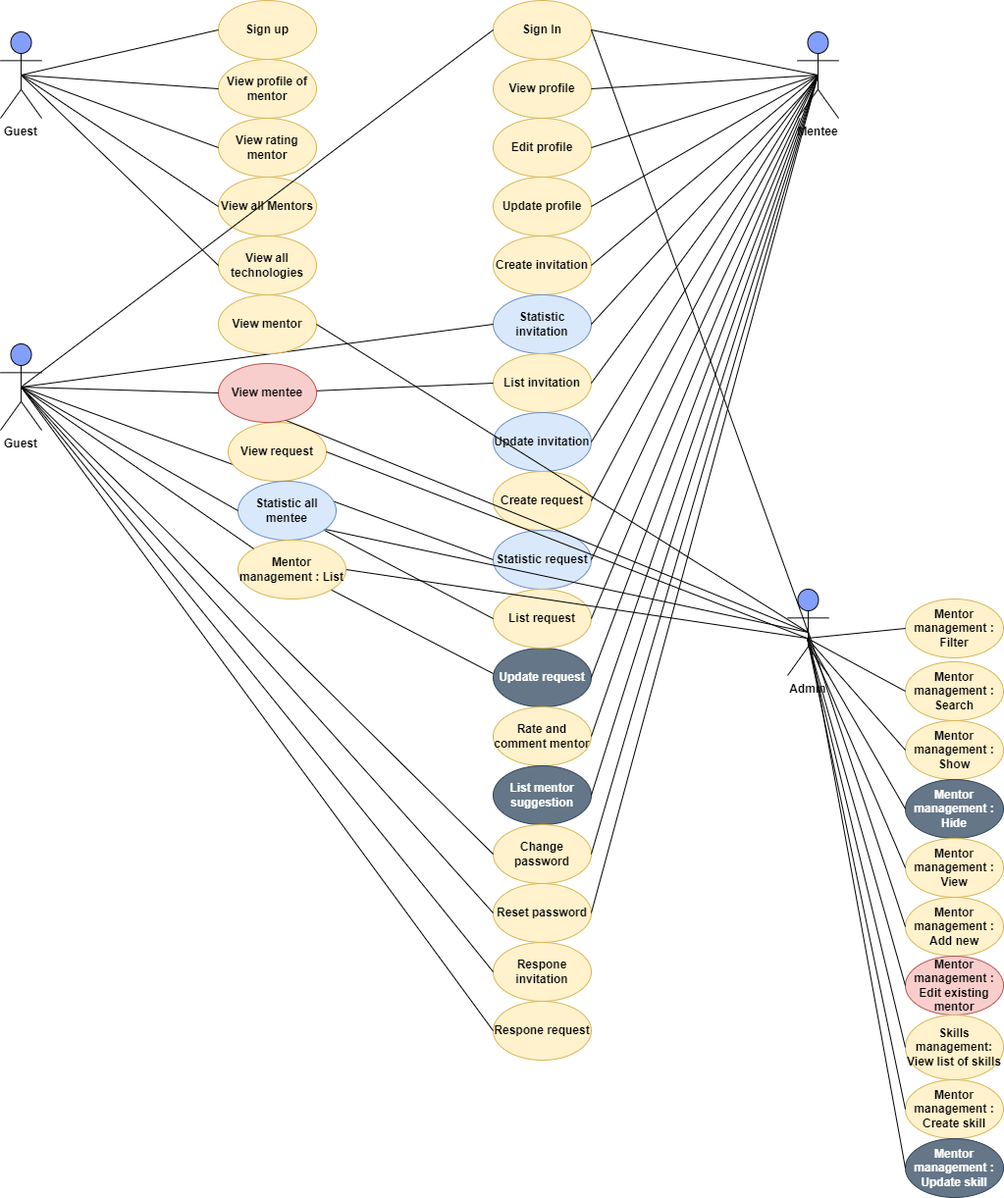
dungdt23/SWP391_Document keeps this draw.io diagram as SWP391_UML.drawio.png. Above is the earlier version. Source tidied: cells renumbered, new cells last; positions are measured from the earlier drawing's top-left corner, leaving out a move shared by most shapes.
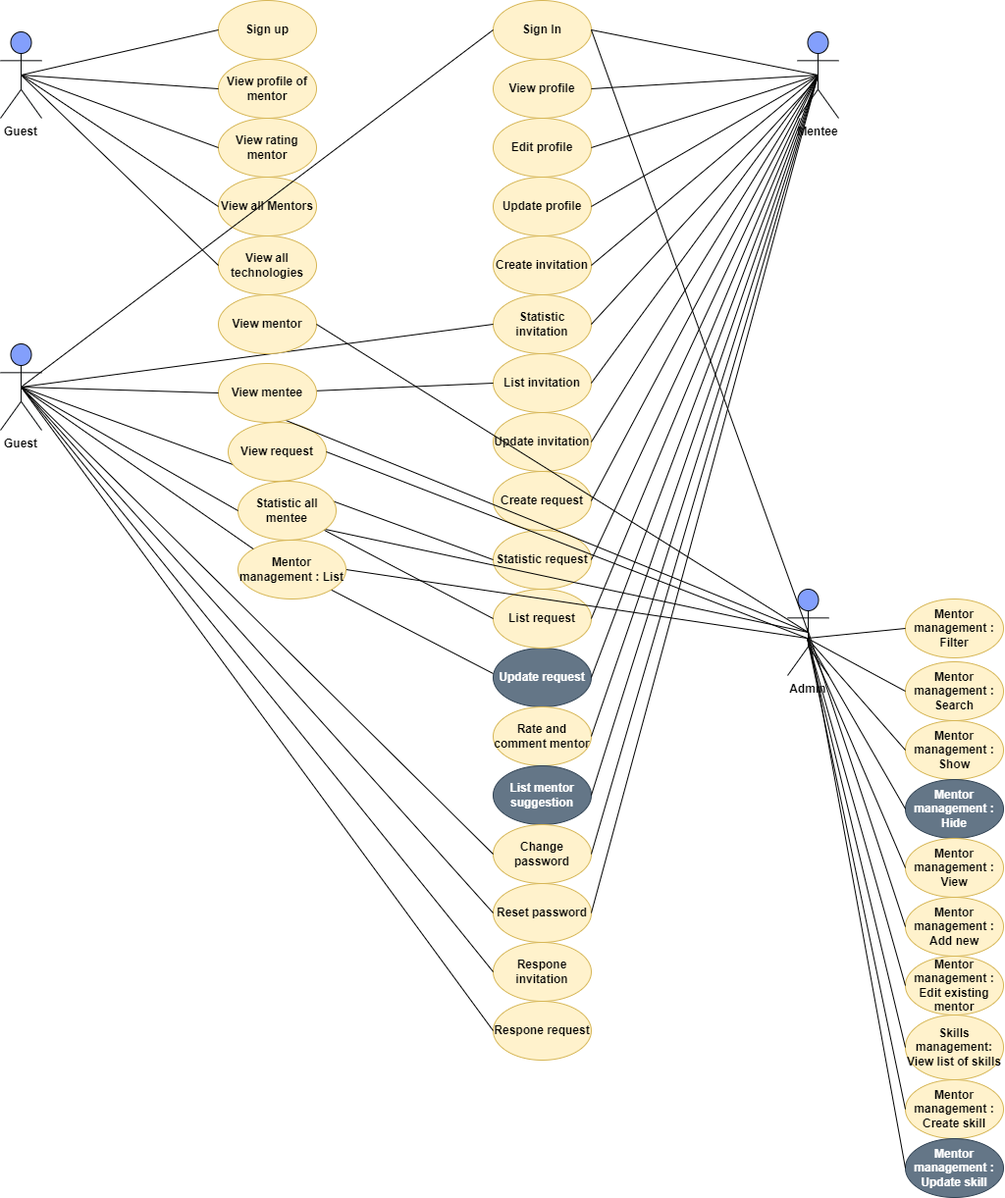
The same diagram one commit later.

What changed in the source:
```diff
@@ -68,19 +68,19 @@
     <mxCell id="23" style="endArrow=none;html=1;rounded=0;exitX=1;exitY=0.5;exitDx=0;exitDy=0;entryX=0.5;entryY=0.5;entryDx=0;entryDy=0;entryPerimeter=0;" parent="1" edge="1" source="16" target="13">
       <mxGeometry relative="1" as="geometry" />
     </mxCell>
-    <mxCell id="24" value="Statistic invitation" style="ellipse;whiteSpace=wrap;html=1;fillColor=#dae8fc;strokeColor=#6c8ebf;fontStyle=1;" parent="1" vertex="1">
+    <mxCell id="24" value="Statistic invitation" style="ellipse;whiteSpace=wrap;html=1;fillColor=#fff2cc;strokeColor=#d6b656;fontStyle=1;" parent="1" vertex="1">
       <mxGeometry x="502" y="300" width="100" height="60" as="geometry" />
     </mxCell>
     <mxCell id="25" value="List invitation" style="ellipse;whiteSpace=wrap;html=1;fillColor=#fff2cc;strokeColor=#d6b656;fontStyle=1;" parent="1" vertex="1">
       <mxGeometry x="502" y="360" width="100" height="60" as="geometry" />
     </mxCell>
-    <mxCell id="26" value="Update invitation" style="ellipse;whiteSpace=wrap;html=1;fillColor=#dae8fc;strokeColor=#6c8ebf;fontStyle=1;" parent="1" vertex="1">
+    <mxCell id="26" value="Update invitation" style="ellipse;whiteSpace=wrap;html=1;fillColor=#fff2cc;strokeColor=#d6b656;fontStyle=1;" parent="1" vertex="1">
       <mxGeometry x="502" y="420" width="100" height="60" as="geometry" />
     </mxCell>
     <mxCell id="27" value="Create request" style="ellipse;whiteSpace=wrap;html=1;fillColor=#fff2cc;strokeColor=#d6b656;fontStyle=1;" parent="1" vertex="1">
       <mxGeometry x="502" y="480" width="100" height="60" as="geometry" />
     </mxCell>
-    <mxCell id="28" value="Statistic request" style="ellipse;whiteSpace=wrap;html=1;fillColor=#dae8fc;strokeColor=#6c8ebf;fontStyle=1;" parent="1" vertex="1">
+    <mxCell id="28" value="Statistic request" style="ellipse;whiteSpace=wrap;html=1;fillColor=#fff2cc;strokeColor=#d6b656;fontStyle=1;" parent="1" vertex="1">
       <mxGeometry x="502" y="540" width="100" height="60" as="geometry" />
     </mxCell>
     <mxCell id="29" value="Update request&lt;span style=&quot;color: rgba(0, 0, 0, 0); font-family: monospace; font-size: 0px; font-weight: 400; text-align: start;&quot;&gt;%3CmxGraphModel%3E%3Croot%3E%3CmxCell%20id%3D%220%22%2F%3E%3CmxCell%20id%3D%221%22%20parent%3D%220%22%2F%3E%3CmxCell%20id%3D%222%22%20value%3D%22Update%20invitation%22%20style%3D%22ellipse%3BwhiteSpace%3Dwrap%3Bhtml%3D1%3BfillColor%3D%23fff2cc%3BstrokeColor%3D%23d6b656%3BfontStyle%3D1%22%20vertex%3D%221%22%20parent%3D%221%22%3E%3CmxGeometry%20x%3D%22460%22%20y%3D%22420%22%20width%3D%22100%22%20height%3D%2260%22%20as%3D%22geometry%22%2F%3E%3C%2FmxCell%3E%3C%2Froot%3E%3C%2FmxGraphModel%3E&lt;/span&gt;" style="ellipse;whiteSpace=wrap;html=1;fillColor=#647687;strokeColor=#314354;fontStyle=1;fontColor=#ffffff;" parent="1" vertex="1">
@@ -207,7 +207,7 @@
     <mxCell id="68" value="Mentor management : View&lt;span style=&quot;color: rgba(0, 0, 0, 0); font-family: monospace; font-size: 0px; font-weight: 400; text-align: start;&quot;&gt;%3CmxGraphModel%3E%3Croot%3E%3CmxCell%20id%3D%220%22%2F%3E%3CmxCell%20id%3D%221%22%20parent%3D%220%22%2F%3E%3CmxCell%20id%3D%222%22%20value%3D%22Mentor%20management%20%3A%20Search%22%20style%3D%22ellipse%3BwhiteSpace%3Dwrap%3Bhtml%3D1%3BfillColor%3D%23fff2cc%3BstrokeColor%3D%23d6b656%3BfontStyle%3D1%22%20vertex%3D%221%22%20parent%3D%221%22%3E%3CmxGeometry%20x%3D%22880%22%20y%3D%22674%22%20width%3D%22100%22%20height%3D%2260%22%20as%3D%22geometry%22%2F%3E%3C%2FmxCell%3E%3C%2Froot%3E%3C%2FmxGraphModel%3E&lt;/span&gt;" style="ellipse;whiteSpace=wrap;html=1;fillColor=#fff2cc;strokeColor=#d6b656;fontStyle=1;" parent="1" vertex="1">
       <mxGeometry x="922" y="854" width="100" height="60" as="geometry" />
     </mxCell>
-    <mxCell id="69" value="Mentor management : Edit existing mentor&lt;span style=&quot;color: rgba(0, 0, 0, 0); font-family: monospace; font-size: 0px; font-weight: 400; text-align: start;&quot;&gt;%3CmxGraphModel%3E%3Croot%3E%3CmxCell%20id%3D%220%22%2F%3E%3CmxCell%20id%3D%221%22%20parent%3D%220%22%2F%3E%3CmxCell%20id%3D%222%22%20value%3D%22Mentor%20management%20%3A%20Search%22%20style%3D%22ellipse%3BwhiteSpace%3Dwrap%3Bhtml%3D1%3BfillColor%3D%23fff2cc%3BstrokeColor%3D%23d6b656%3BfontStyle%3D1%22%20vertex%3D%221%22%20parent%3D%221%22%3E%3CmxGeometry%20x%3D%22880%22%20y%3D%22674%22%20width%3D%22100%22%20height%3D%2260%22%20as%3D%22geometry%22%2F%3E%3C%2FmxCell%3E%3C%2Froot%3E%3C%2FmxGraphModel%3E&lt;/span&gt;" style="ellipse;whiteSpace=wrap;html=1;fillColor=#f8cecc;strokeColor=#b85450;fontStyle=1;" parent="1" vertex="1">
+    <mxCell id="69" value="Mentor management : Edit existing mentor&lt;span style=&quot;color: rgba(0, 0, 0, 0); font-family: monospace; font-size: 0px; font-weight: 400; text-align: start;&quot;&gt;%3CmxGraphModel%3E%3Croot%3E%3CmxCell%20id%3D%220%22%2F%3E%3CmxCell%20id%3D%221%22%20parent%3D%220%22%2F%3E%3CmxCell%20id%3D%222%22%20value%3D%22Mentor%20management%20%3A%20Search%22%20style%3D%22ellipse%3BwhiteSpace%3Dwrap%3Bhtml%3D1%3BfillColor%3D%23fff2cc%3BstrokeColor%3D%23d6b656%3BfontStyle%3D1%22%20vertex%3D%221%22%20parent%3D%221%22%3E%3CmxGeometry%20x%3D%22880%22%20y%3D%22674%22%20width%3D%22100%22%20height%3D%2260%22%20as%3D%22geometry%22%2F%3E%3C%2FmxCell%3E%3C%2Froot%3E%3C%2FmxGraphModel%3E&lt;/span&gt;" style="ellipse;whiteSpace=wrap;html=1;fillColor=#fff2cc;strokeColor=#d6b656;fontStyle=1;" parent="1" vertex="1">
       <mxGeometry x="922" y="974" width="100" height="60" as="geometry" />
     </mxCell>
     <mxCell id="70" value="Skills management: View list of skills" style="ellipse;whiteSpace=wrap;html=1;fillColor=#fff2cc;strokeColor=#d6b656;fontStyle=1;" parent="1" vertex="1">
@@ -287,13 +287,13 @@
     <mxCell id="87" style="endArrow=none;html=1;rounded=0;entryX=0;entryY=0.5;entryDx=0;entryDy=0;exitX=0.5;exitY=0.5;exitDx=0;exitDy=0;exitPerimeter=0;" parent="1" edge="1" source="59" target="72">
       <mxGeometry relative="1" as="geometry" />
     </mxCell>
-    <mxCell id="88" value="View mentee" style="ellipse;whiteSpace=wrap;html=1;fillColor=#f8cecc;strokeColor=#b85450;fontStyle=1;" parent="1" vertex="1">
+    <mxCell id="88" value="View mentee" style="ellipse;whiteSpace=wrap;html=1;fillColor=#fff2cc;strokeColor=#d6b656;fontStyle=1;" parent="1" vertex="1">
       <mxGeometry x="222" y="370" width="100" height="60" as="geometry" />
     </mxCell>
     <mxCell id="89" style="endArrow=none;html=1;rounded=0;exitX=0.5;exitY=0.5;exitDx=0;exitDy=0;entryX=0;entryY=0.5;entryDx=0;entryDy=0;exitPerimeter=0;" parent="1" edge="1" source="46" target="88">
       <mxGeometry relative="1" as="geometry" />
     </mxCell>
-    <mxCell id="90" value="Statistic all mentee" style="ellipse;whiteSpace=wrap;html=1;fillColor=#dae8fc;strokeColor=#6c8ebf;fontStyle=1;" parent="1" vertex="1">
+    <mxCell id="90" value="Statistic all mentee" style="ellipse;whiteSpace=wrap;html=1;fillColor=#fff2cc;strokeColor=#d6b656;fontStyle=1;" parent="1" vertex="1">
       <mxGeometry x="242" y="490" width="100" height="60" as="geometry" />
     </mxCell>
     <mxCell id="91" style="endArrow=none;html=1;rounded=0;exitX=0.5;exitY=0.5;exitDx=0;exitDy=0;entryX=0;entryY=0.5;entryDx=0;entryDy=0;exitPerimeter=0;" parent="1" edge="1" source="46" target="90">
```
